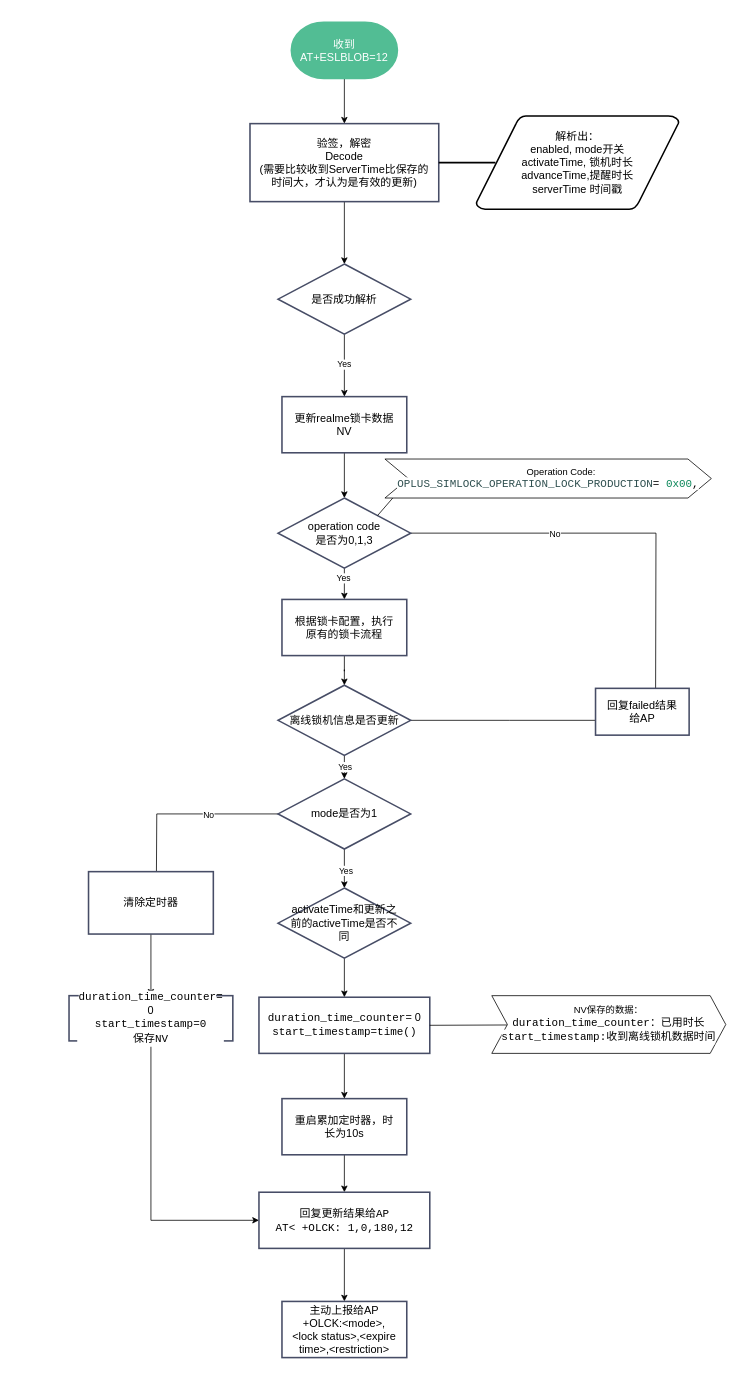
yangzetuoyuan/yangzetuoyuan.github.io keeps this draw.io diagram as offlinelock数据更新逻辑1.drawio. Above is the earlier version. Source tidied: cells renumbered, new cells numbered last; positions are measured from the earlier drawing's top-left corner, leaving out a move shared by most shapes. Both pictures are drawn from the tidied source at 78%, with x=0, y=0 at pixel (69, 22).
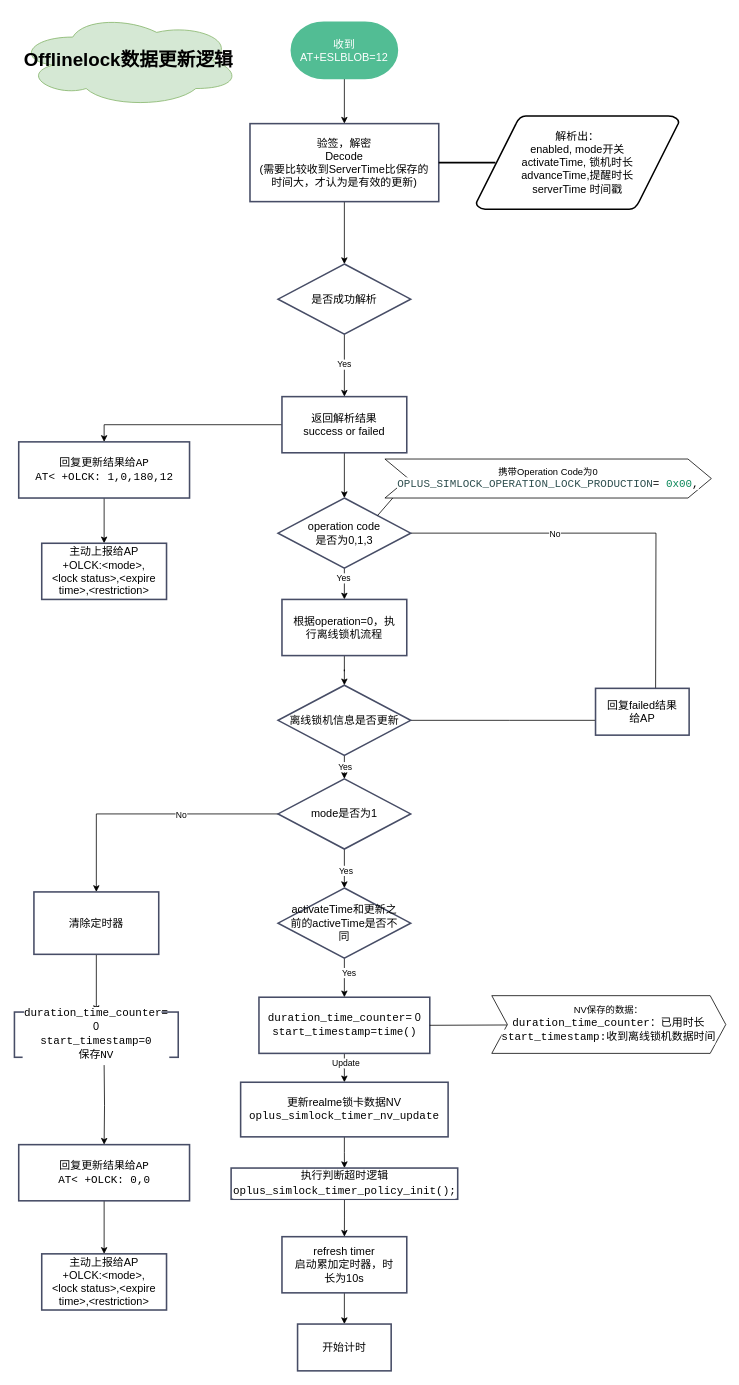
The same diagram, later.

Commit message:
更新offlinelock数据更新逻辑1.drawio

Unchanged cells that the change refers to:
```xml
<mxCell id="25" value="&lt;span style=&quot;background-color: rgb(255, 255, 255); font-family: Consolas, &amp;quot;Courier New&amp;quot;, monospace; white-space: pre;&quot;&gt;duration_time_counter&lt;/span&gt;= 0&lt;div&gt;&lt;div style=&quot;background-color: rgb(255, 255, 255); font-family: Consolas, &amp;quot;Courier New&amp;quot;, monospace; line-height: 19px; white-space: pre;&quot;&gt;start_timestamp=time()&lt;/div&gt;&lt;/div&gt;" style="fontSize=14;spacingLeft=10;spacingRight=10;zwfType=basicShape;rounded=0;strokeWidth=2;strokeColor=#474D66;whiteSpace=wrap;html=1;" parent="1" vertex="1">
  <mxGeometry x="243.5" y="1250" width="219" height="72" as="geometry" />
</mxCell>
<mxCell id="32" value="mode是否为1" style="fontSize=14;spacingLeft=10;spacingRight=10;zwfType=basicShape;strokeWidth=2;rhombus;whiteSpace=wrap;html=1;strokeColor=#474D66;" parent="1" vertex="1">
  <mxGeometry x="268" y="970" width="170" height="90" as="geometry" />
</mxCell>
<mxCell id="33" style="edgeStyle=orthogonalEdgeStyle;rounded=0;jettySize=auto;html=1;" parent="1" edge="1" source="34" target="25">
  <mxGeometry relative="1" as="geometry" />
</mxCell>
```

What changed in the source:
```diff
@@
+    <mxCell id="47" style="edgeStyle=orthogonalEdgeStyle;rounded=0;jettySize=auto;html=1;exitX=0;exitY=0.5;exitDx=0;exitDy=0;entryX=0.5;entryY=0;entryDx=0;entryDy=0;" parent="1" edge="1" source="12" target="36">
+      <mxGeometry relative="1" as="geometry" />
+    </mxCell>
-    <mxCell id="12" value="更新realme锁卡数据NV" style="fontSize=14;spacingLeft=10;spacingRight=10;zwfType=basicShape;rounded=0;strokeWidth=2;strokeColor=#474D66;whiteSpace=wrap;html=1;" parent="1" vertex="1">
+    <mxCell id="12" value="返回解析结果&lt;div&gt;success or failed&lt;/div&gt;" style="fontSize=14;spacingLeft=10;spacingRight=10;zwfType=basicShape;rounded=0;strokeWidth=2;strokeColor=#474D66;whiteSpace=wrap;html=1;" parent="1" vertex="1">
       <mxGeometry x="273" y="480" width="160" height="72" as="geometry" />
     </mxCell>
@@
-    <mxCell id="22" style="edgeStyle=orthogonalEdgeStyle;rounded=0;jettySize=auto;html=1;" parent="1" edge="1" source="23" target="36">
-      <mxGeometry relative="1" as="geometry" />
-    </mxCell>
+    <mxCell id="48" style="edgeStyle=orthogonalEdgeStyle;rounded=0;jettySize=auto;html=1;" parent="1" edge="1" source="23" target="62">
+      <mxGeometry relative="1" as="geometry" />
+    </mxCell>
-    <mxCell id="23" value="重启累加定时器，时长为10s" style="fontSize=14;spacingLeft=10;spacingRight=10;zwfType=basicShape;rounded=0;strokeWidth=2;strokeColor=#474D66;whiteSpace=wrap;html=1;" parent="1" vertex="1">
-      <mxGeometry x="273" y="1380" width="160" height="72" as="geometry" />
+    <mxCell id="23" value="&lt;div&gt;refresh timer&lt;/div&gt;启动累加定时器，时长为10s" style="fontSize=14;spacingLeft=10;spacingRight=10;zwfType=basicShape;rounded=0;strokeWidth=2;strokeColor=#474D66;whiteSpace=wrap;html=1;" parent="1" vertex="1">
+      <mxGeometry x="273" y="1557" width="160" height="72" as="geometry" />
     </mxCell>
-    <mxCell id="24" style="edgeStyle=orthogonalEdgeStyle;rounded=0;jettySize=auto;html=1;" parent="1" edge="1" source="25" target="23">
-      <mxGeometry relative="1" as="geometry" />
-    </mxCell>
+    <mxCell id="49" style="edgeStyle=orthogonalEdgeStyle;rounded=0;jettySize=auto;html=1;" parent="1" edge="1" source="25" target="53">
+      <mxGeometry relative="1" as="geometry" />
+    </mxCell>
+    <mxCell id="50" value="Update" style="edgeLabel;html=1;align=center;verticalAlign=middle;" parent="49" vertex="1">
+      <mxGeometry x="-0.44" y="1" relative="1" as="geometry" />
+    </mxCell>
@@
-    <mxCell id="27" value="根据锁卡配置，执行原有的锁卡流程" style="fontSize=14;spacingLeft=10;spacingRight=10;zwfType=basicShape;rounded=0;strokeWidth=2;strokeColor=#474D66;whiteSpace=wrap;html=1;" parent="1" vertex="1">
+    <mxCell id="27" value="根据operation=0，执行离线锁机流程" style="fontSize=14;spacingLeft=10;spacingRight=10;zwfType=basicShape;rounded=0;strokeWidth=2;strokeColor=#474D66;whiteSpace=wrap;html=1;" parent="1" vertex="1">
       <mxGeometry x="273" y="740" width="160" height="72" as="geometry" />
     </mxCell>
@@
-    <mxCell id="30" style="edgeStyle=orthogonalEdgeStyle;rounded=0;jettySize=auto;html=1;" parent="1" edge="1" source="32">
-      <mxGeometry relative="1" as="geometry">
-        <mxPoint x="112" y="1100" as="targetPoint" />
-      </mxGeometry>
+    <mxCell id="30" style="edgeStyle=orthogonalEdgeStyle;rounded=0;jettySize=auto;html=1;entryX=0.5;entryY=0;entryDx=0;entryDy=0;" parent="1" edge="1" source="32" target="40">
+      <mxGeometry relative="1" as="geometry" />
     </mxCell>
@@
+    <mxCell id="51" value="Yes" style="edgeLabel;html=1;align=center;verticalAlign=middle;" parent="33" vertex="1">
+      <mxGeometry x="-0.3" y="5" relative="1" as="geometry" />
+    </mxCell>
@@
-    <mxCell id="35" style="edgeStyle=orthogonalEdgeStyle;rounded=0;jettySize=auto;html=1;" parent="1" edge="1" source="36" target="37">
-      <mxGeometry relative="1" as="geometry" />
-    </mxCell>
-    <mxCell id="36" value="&lt;font face=&quot;Consolas, Courier New, monospace&quot;&gt;&lt;span style=&quot;white-space: pre; background-color: rgb(255, 255, 255);&quot;&gt;回复更新结果给AP&lt;/span&gt;&lt;/font&gt;&lt;div&gt;&lt;font face=&quot;Consolas, Courier New, monospace&quot;&gt;&lt;span style=&quot;background-color: rgb(255, 255, 255);&quot;&gt;&lt;span style=&quot;white-space: pre;&quot;&gt;AT&amp;lt; +OLCK: 1,0,180,12&lt;/span&gt;&lt;br&gt;&lt;/span&gt;&lt;/font&gt;&lt;/div&gt;" style="fontSize=14;spacingLeft=10;spacingRight=10;zwfType=basicShape;rounded=0;strokeWidth=2;strokeColor=#474D66;whiteSpace=wrap;html=1;" parent="1" vertex="1">
-      <mxGeometry x="243.5" y="1500" width="219" height="72" as="geometry" />
-    </mxCell>
-    <mxCell id="37" value="主动上报给AP&lt;div&gt;+OLCK:&amp;lt;mode&amp;gt;,&amp;lt;lock status&amp;gt;,&amp;lt;expire time&amp;gt;,&amp;lt;restriction&amp;gt;&lt;br&gt;&lt;/div&gt;" style="fontSize=14;spacingLeft=10;spacingRight=10;zwfType=basicShape;rounded=0;strokeWidth=2;strokeColor=#474D66;whiteSpace=wrap;html=1;" parent="1" vertex="1">
-      <mxGeometry x="273" y="1640" width="160" height="72" as="geometry" />
-    </mxCell>
@@
     <mxCell id="40" value="清除定时器" style="whiteSpace=wrap;html=1;fontSize=14;strokeColor=#474D66;spacingLeft=10;spacingRight=10;strokeWidth=2;" parent="1" vertex="1">
-      <mxGeometry x="25" y="1089" width="160" height="80" as="geometry" />
+      <mxGeometry x="-45" y="1115" width="160" height="80" as="geometry" />
     </mxCell>
-    <mxCell id="41" style="edgeStyle=orthogonalEdgeStyle;rounded=0;jettySize=auto;html=1;exitX=0.5;exitY=1;exitDx=0;exitDy=0;entryX=0;entryY=0.5;entryDx=0;entryDy=0;" parent="1" edge="1" source="42" target="36">
-      <mxGeometry relative="1" as="geometry" />
-    </mxCell>
     <mxCell id="42" value="&lt;span style=&quot;background-color: rgb(255, 255, 255); font-family: Consolas, &amp;quot;Courier New&amp;quot;, monospace; white-space: pre;&quot;&gt;duration_time_counter&lt;/span&gt;= 0&lt;div&gt;&lt;div style=&quot;background-color: rgb(255, 255, 255); font-family: Consolas, &amp;quot;Courier New&amp;quot;, monospace; line-height: 19px; white-space: pre;&quot;&gt;start_timestamp=0&lt;/div&gt;&lt;/div&gt;&lt;div style=&quot;background-color: rgb(255, 255, 255); font-family: Consolas, &amp;quot;Courier New&amp;quot;, monospace; line-height: 19px; white-space: pre;&quot;&gt;保存NV&lt;/div&gt;" style="whiteSpace=wrap;html=1;fontSize=14;strokeColor=#474D66;spacingLeft=10;spacingRight=10;strokeWidth=2;" parent="1" vertex="1">
-      <mxGeometry y="1248" width="210" height="58" as="geometry" />
+      <mxGeometry x="-70" y="1269" width="210" height="58" as="geometry" />
     </mxCell>
@@
-    <mxCell id="45" value="&lt;div style=&quot;&quot;&gt;&lt;span style=&quot;background-color: initial;&quot;&gt;&amp;nbsp; &amp;nbsp; &amp;nbsp; &amp;nbsp; &amp;nbsp; Operation Code:&lt;/span&gt;&lt;/div&gt;&lt;div style=&quot;&quot;&gt;&lt;span style=&quot;background-color: rgb(255, 255, 255); font-family: Consolas, &amp;quot;Courier New&amp;quot;, monospace; font-size: 14px; white-space: pre; color: rgb(47, 79, 79);&quot;&gt;OPLUS_SIMLOCK_OPERATION_LOCK_PRODUCTION&lt;/span&gt;&lt;span style=&quot;background-color: rgb(255, 255, 255); font-family: Consolas, &amp;quot;Courier New&amp;quot;, monospace; font-size: 14px; white-space: pre;&quot;&gt;= &lt;/span&gt;&lt;span style=&quot;background-color: rgb(255, 255, 255); font-family: Consolas, &amp;quot;Courier New&amp;quot;, monospace; font-size: 14px; white-space: pre; color: rgb(9, 134, 88);&quot;&gt;0x00&lt;/span&gt;&lt;span style=&quot;background-color: rgb(255, 255, 255); font-family: Consolas, &amp;quot;Courier New&amp;quot;, monospace; font-size: 14px; white-space: pre;&quot;&gt;,&lt;/span&gt;&lt;/div&gt;" style="shape=step;perimeter=stepPerimeter;whiteSpace=wrap;html=1;fixedSize=1;align=center;size=30;labelBorderColor=none;labelPosition=center;verticalLabelPosition=middle;verticalAlign=middle;" parent="1" vertex="1">
+    <mxCell id="45" value="&lt;div style=&quot;&quot;&gt;&lt;span style=&quot;background-color: initial;&quot;&gt;携带Operation Code为0&lt;/span&gt;&lt;/div&gt;&lt;div style=&quot;&quot;&gt;&lt;span style=&quot;background-color: rgb(255, 255, 255); font-family: Consolas, &amp;quot;Courier New&amp;quot;, monospace; font-size: 14px; white-space: pre; color: rgb(47, 79, 79);&quot;&gt;OPLUS_SIMLOCK_OPERATION_LOCK_PRODUCTION&lt;/span&gt;&lt;span style=&quot;background-color: rgb(255, 255, 255); font-family: Consolas, &amp;quot;Courier New&amp;quot;, monospace; font-size: 14px; white-space: pre;&quot;&gt;= &lt;/span&gt;&lt;span style=&quot;background-color: rgb(255, 255, 255); font-family: Consolas, &amp;quot;Courier New&amp;quot;, monospace; font-size: 14px; white-space: pre; color: rgb(9, 134, 88);&quot;&gt;0x00&lt;/span&gt;&lt;span style=&quot;background-color: rgb(255, 255, 255); font-family: Consolas, &amp;quot;Courier New&amp;quot;, monospace; font-size: 14px; white-space: pre;&quot;&gt;,&lt;/span&gt;&lt;/div&gt;" style="shape=step;perimeter=stepPerimeter;whiteSpace=wrap;html=1;fixedSize=1;align=center;size=30;labelBorderColor=none;labelPosition=center;verticalLabelPosition=middle;verticalAlign=middle;" parent="1" vertex="1">
       <mxGeometry x="405" y="560" width="418.5" height="50" as="geometry" />
     </mxCell>
@@
+    <mxCell id="52" style="edgeStyle=orthogonalEdgeStyle;rounded=0;jettySize=auto;html=1;" parent="1" edge="1" source="53" target="55">
+      <mxGeometry relative="1" as="geometry" />
+    </mxCell>
+    <mxCell id="53" value="更新realme锁卡数据NV&lt;div&gt;&lt;div style=&quot;background-color: rgb(255, 255, 255); font-family: Consolas, &amp;quot;Courier New&amp;quot;, monospace; line-height: 19px; white-space: pre;&quot;&gt;oplus_simlock_timer_nv_update&lt;/div&gt;&lt;/div&gt;" style="fontSize=14;spacingLeft=10;spacingRight=10;zwfType=basicShape;rounded=0;strokeWidth=2;strokeColor=#474D66;whiteSpace=wrap;html=1;" parent="1" vertex="1">
+      <mxGeometry x="220" y="1359" width="266" height="70" as="geometry" />
+    </mxCell>
+    <mxCell id="54" style="edgeStyle=orthogonalEdgeStyle;rounded=0;jettySize=auto;html=1;" parent="1" edge="1" source="55" target="23">
+      <mxGeometry relative="1" as="geometry" />
+    </mxCell>
+    <mxCell id="55" value="&lt;div style=&quot;background-color: rgb(255, 255, 255); font-family: Consolas, &amp;quot;Courier New&amp;quot;, monospace; line-height: 19px; white-space: pre;&quot;&gt;执行判断超时逻辑&lt;/div&gt;&lt;div style=&quot;background-color: rgb(255, 255, 255); font-family: Consolas, &amp;quot;Courier New&amp;quot;, monospace; line-height: 19px; white-space: pre;&quot;&gt;oplus_simlock_timer_policy_init();&lt;/div&gt;&lt;div&gt;&lt;/div&gt;" style="fontSize=14;spacingLeft=10;spacingRight=10;zwfType=basicShape;rounded=0;strokeWidth=2;strokeColor=#474D66;whiteSpace=wrap;html=1;" parent="1" vertex="1">
+      <mxGeometry x="207.8" y="1469" width="290.5" height="40" as="geometry" />
+    </mxCell>
+    <mxCell id="56" style="edgeStyle=orthogonalEdgeStyle;rounded=0;jettySize=auto;html=1;" parent="1" edge="1" source="57" target="58">
+      <mxGeometry relative="1" as="geometry" />
+    </mxCell>
+    <mxCell id="57" value="&lt;font face=&quot;Consolas, Courier New, monospace&quot;&gt;&lt;span style=&quot;white-space: pre; background-color: rgb(255, 255, 255);&quot;&gt;回复更新结果给AP&lt;/span&gt;&lt;/font&gt;&lt;div&gt;&lt;font face=&quot;Consolas, Courier New, monospace&quot;&gt;&lt;span style=&quot;background-color: rgb(255, 255, 255);&quot;&gt;&lt;span style=&quot;white-space: pre;&quot;&gt;AT&amp;lt; +OLCK: 0,0&lt;/span&gt;&lt;br&gt;&lt;/span&gt;&lt;/font&gt;&lt;/div&gt;" style="fontSize=14;spacingLeft=10;spacingRight=10;zwfType=basicShape;rounded=0;strokeWidth=2;strokeColor=#474D66;whiteSpace=wrap;html=1;" parent="1" vertex="1">
+      <mxGeometry x="-64.5" y="1439" width="219" height="72" as="geometry" />
+    </mxCell>
+    <mxCell id="58" value="主动上报给AP&lt;div&gt;+OLCK:&amp;lt;mode&amp;gt;,&amp;lt;lock status&amp;gt;,&amp;lt;expire time&amp;gt;,&amp;lt;restriction&amp;gt;&lt;br&gt;&lt;/div&gt;" style="fontSize=14;spacingLeft=10;spacingRight=10;zwfType=basicShape;rounded=0;strokeWidth=2;strokeColor=#474D66;whiteSpace=wrap;html=1;" parent="1" vertex="1">
+      <mxGeometry x="-35" y="1579" width="160" height="72" as="geometry" />
+    </mxCell>
+    <mxCell id="59" style="edgeStyle=orthogonalEdgeStyle;rounded=0;jettySize=auto;html=1;entryX=0.5;entryY=0;entryDx=0;entryDy=0;" parent="1" edge="1" target="57">
+      <mxGeometry relative="1" as="geometry">
+        <mxPoint x="45" y="1337" as="sourcePoint" />
+      </mxGeometry>
+    </mxCell>
+    <mxCell id="60" style="edgeStyle=orthogonalEdgeStyle;rounded=0;jettySize=auto;html=1;" parent="1" edge="1" source="36" target="61">
+      <mxGeometry relative="1" as="geometry" />
+    </mxCell>
+    <mxCell id="36" value="&lt;font face=&quot;Consolas, Courier New, monospace&quot;&gt;&lt;span style=&quot;white-space: pre; background-color: rgb(255, 255, 255);&quot;&gt;回复更新结果给AP&lt;/span&gt;&lt;/font&gt;&lt;div&gt;&lt;font face=&quot;Consolas, Courier New, monospace&quot;&gt;&lt;span style=&quot;background-color: rgb(255, 255, 255);&quot;&gt;&lt;span style=&quot;white-space: pre;&quot;&gt;AT&amp;lt; +OLCK: 1,0,180,12&lt;/span&gt;&lt;br&gt;&lt;/span&gt;&lt;/font&gt;&lt;/div&gt;" style="fontSize=14;spacingLeft=10;spacingRight=10;zwfType=basicShape;rounded=0;strokeWidth=2;strokeColor=#474D66;whiteSpace=wrap;html=1;" parent="1" vertex="1">
+      <mxGeometry x="-64.5" y="538" width="219" height="72" as="geometry" />
+    </mxCell>
+    <mxCell id="61" value="主动上报给AP&lt;div&gt;+OLCK:&amp;lt;mode&amp;gt;,&amp;lt;lock status&amp;gt;,&amp;lt;expire time&amp;gt;,&amp;lt;restriction&amp;gt;&lt;br&gt;&lt;/div&gt;" style="fontSize=14;spacingLeft=10;spacingRight=10;zwfType=basicShape;rounded=0;strokeWidth=2;strokeColor=#474D66;whiteSpace=wrap;html=1;" parent="1" vertex="1">
+      <mxGeometry x="-35" y="668" width="160" height="72" as="geometry" />
+    </mxCell>
+    <mxCell id="62" value="开始计时" style="whiteSpace=wrap;html=1;fontSize=14;strokeColor=#474D66;spacingLeft=10;spacingRight=10;rounded=0;strokeWidth=2;" parent="1" vertex="1">
+      <mxGeometry x="293" y="1669" width="120" height="60" as="geometry" />
+    </mxCell>
+    <mxCell id="63" value="&lt;h1&gt;Offlinelock数据更新逻辑&lt;/h1&gt;" style="ellipse;shape=cloud;whiteSpace=wrap;html=1;fillColor=#d5e8d4;strokeColor=#82b366;" parent="1" vertex="1">
+      <mxGeometry x="-67" y="-11" width="287" height="120" as="geometry" />
+    </mxCell>
```
